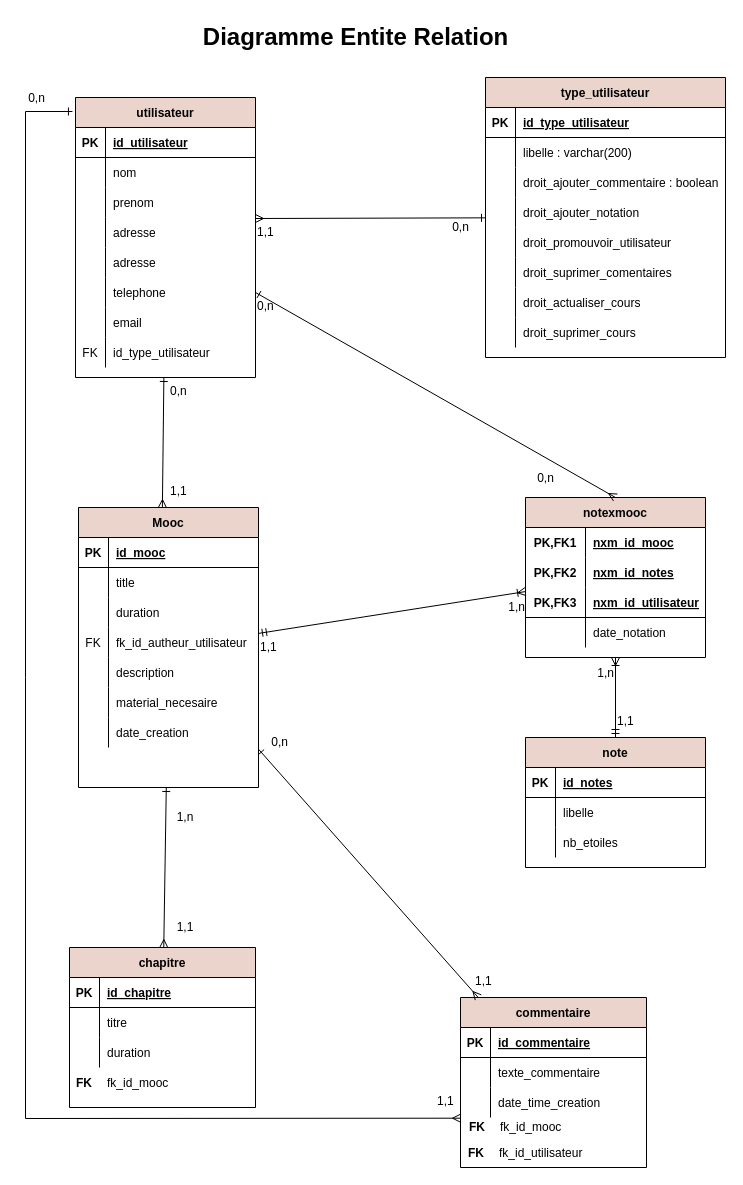
This is page "DER" (2 of 16) of docs_livrables/DiagrammeMoocs_KassisCarina.drawio from carinak6/-simplon_devCloud_Eval_Moocs, a draw.io file, before an edit. Source tidied: cells renumbered, new cells numbered last; positions are measured from the earlier drawing's top-left corner, leaving out a move shared by most shapes. Both pictures are drawn from the tidied source at 100%, with x=0, y=0 at pixel (25, 17).
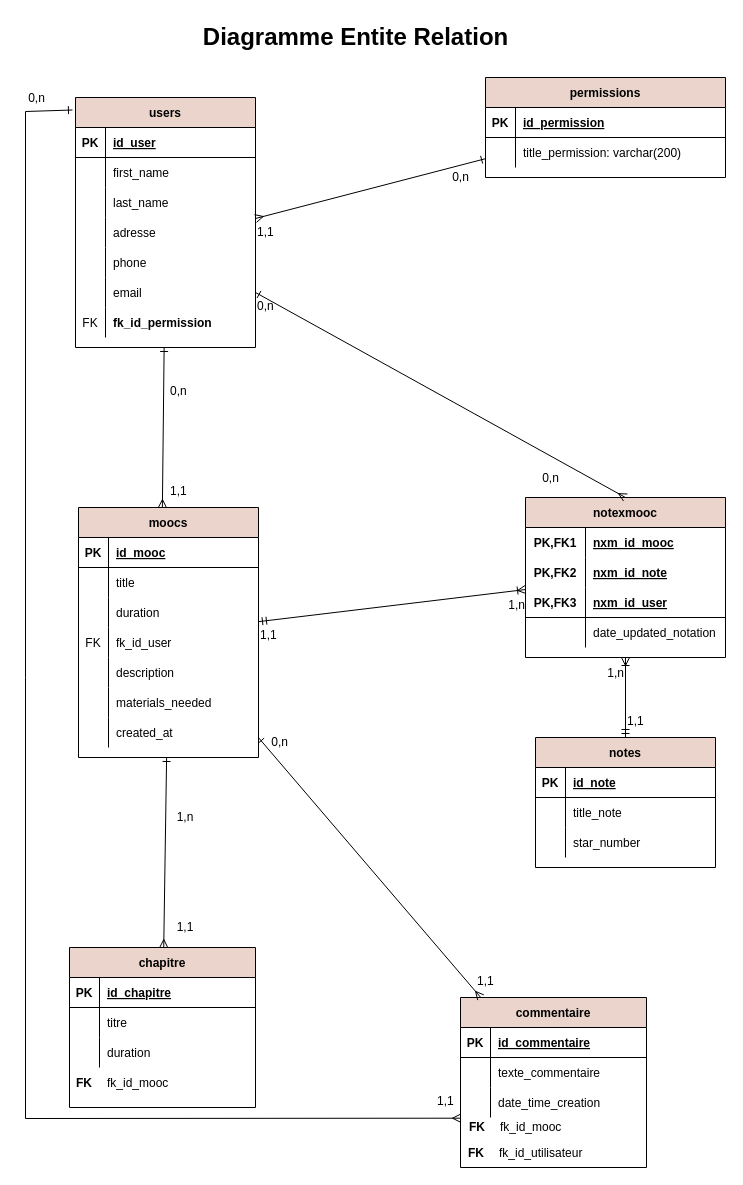
The same diagram, later.

The change refers to these unchanged cells:
```xml
<mxCell id="4" style="shape=partialRectangle;fillColor=none;top=0;left=0;bottom=1;right=0;" parent="3" vertex="1">
  <mxGeometry y="30" width="180" height="30" as="geometry" />
</mxCell>
<mxCell id="7" style="shape=partialRectangle;fillColor=none;top=0;left=0;bottom=0;right=0;" parent="3" vertex="1">
  <mxGeometry y="60" width="180" height="30" as="geometry" />
</mxCell>
<mxCell id="10" style="shape=partialRectangle;fillColor=none;top=0;left=0;bottom=0;right=0;" parent="3" vertex="1">
  <mxGeometry y="90" width="180" height="30" as="geometry" />
</mxCell>
<mxCell id="16" style="shape=partialRectangle;fillColor=none;top=0;left=0;bottom=0;right=0;" parent="3" vertex="1">
  <mxGeometry y="150" width="180" height="30" as="geometry" />
</mxCell>
<mxCell id="51" style="shape=partialRectangle;fillColor=none;top=0;left=0;bottom=0;right=0;" parent="41" vertex="1">
  <mxGeometry y="120" width="180" height="30" as="geometry" />
</mxCell>
<mxCell id="57" style="shape=partialRectangle;fillColor=none;top=0;left=0;bottom=0;right=0;" parent="41" vertex="1">
  <mxGeometry y="180" width="180" height="30" as="geometry" />
</mxCell>
<mxCell id="60" style="shape=partialRectangle;fillColor=none;top=0;left=0;bottom=0;right=0;" parent="41" vertex="1">
  <mxGeometry y="210" width="180" height="30" as="geometry" />
</mxCell>
<mxCell id="64" style="shape=partialRectangle;fillColor=none;top=0;left=0;bottom=1;right=0;" parent="63" vertex="1">
  <mxGeometry y="30" width="240" height="30" as="geometry" />
</mxCell>
<mxCell id="67" style="shape=partialRectangle;fillColor=none;top=0;left=0;bottom=0;right=0;" parent="63" vertex="1">
  <mxGeometry y="60" width="240" height="30" as="geometry" />
</mxCell>
<mxCell id="90" style="shape=partialRectangle;fillColor=none;top=0;left=0;bottom=1;right=0;" parent="89" vertex="1">
  <mxGeometry y="30" width="180" height="30" as="geometry" />
</mxCell>
<mxCell id="93" style="shape=partialRectangle;fillColor=none;top=0;left=0;bottom=0;right=0;" parent="89" vertex="1">
  <mxGeometry y="60" width="180" height="30" as="geometry" />
</mxCell>
<mxCell id="96" style="shape=partialRectangle;fillColor=none;top=0;left=0;bottom=0;right=0;" parent="89" vertex="1">
  <mxGeometry y="90" width="180" height="30" as="geometry" />
</mxCell>
```

The edit, as a diff of the source:
```diff
@@
-    <mxCell id="3" value="utilisateur" style="shape=table;startSize=30;childLayout=tableLayout;rowLines=0;fontStyle=1;align=center;fillColor=#EAD4CC;" parent="1" vertex="1">
-      <mxGeometry x="50" y="80" width="180" height="280" as="geometry" />
+    <mxCell id="3" value="users" style="shape=table;startSize=30;childLayout=tableLayout;rowLines=0;fontStyle=1;align=center;fillColor=#EAD4CC;" parent="1" vertex="1">
+      <mxGeometry x="50" y="80" width="180" height="250" as="geometry" />
     </mxCell>
@@
-    <mxCell id="6" value="id_utilisateur" style="shape=partialRectangle;fillColor=none;top=0;left=0;bottom=0;right=0;align=left;spacingLeft=6;fontStyle=5;overflow=hidden;" parent="4" vertex="1">
+    <mxCell id="6" value="id_user" style="shape=partialRectangle;fillColor=none;top=0;left=0;bottom=0;right=0;align=left;spacingLeft=6;fontStyle=5;overflow=hidden;" parent="4" vertex="1">
       <mxGeometry x="30" width="150" height="30" as="geometry" />
     </mxCell>
@@
-    <mxCell id="9" value="nom" style="shape=partialRectangle;fillColor=none;top=0;left=0;bottom=0;right=0;align=left;spacingLeft=6;overflow=hidden;" parent="7" vertex="1">
+    <mxCell id="9" value="first_name" style="shape=partialRectangle;fillColor=none;top=0;left=0;bottom=0;right=0;align=left;spacingLeft=6;overflow=hidden;" parent="7" vertex="1">
       <mxGeometry x="30" width="150" height="30" as="geometry" />
     </mxCell>
@@
-    <mxCell id="12" value="prenom" style="shape=partialRectangle;fillColor=none;top=0;left=0;bottom=0;right=0;align=left;spacingLeft=6;overflow=hidden;" parent="10" vertex="1">
+    <mxCell id="12" value="last_name" style="shape=partialRectangle;fillColor=none;top=0;left=0;bottom=0;right=0;align=left;spacingLeft=6;overflow=hidden;" parent="10" vertex="1">
       <mxGeometry x="30" width="150" height="30" as="geometry" />
     </mxCell>
@@
-    <mxCell id="18" value="adresse" style="shape=partialRectangle;fillColor=none;top=0;left=0;bottom=0;right=0;align=left;spacingLeft=6;overflow=hidden;" parent="16" vertex="1">
+    <mxCell id="18" value="phone" style="shape=partialRectangle;fillColor=none;top=0;left=0;bottom=0;right=0;align=left;spacingLeft=6;overflow=hidden;" parent="16" vertex="1">
       <mxGeometry x="30" width="150" height="30" as="geometry" />
     </mxCell>
-    <mxCell id="19" style="shape=partialRectangle;fillColor=none;top=0;left=0;bottom=0;right=0;points=[[0,0.5],[1,0.5]];portConstraint=eastwest;" parent="3" vertex="1">
-      <mxGeometry y="180" width="180" height="30" as="geometry" />
-    </mxCell>
-    <mxCell id="20" style="shape=partialRectangle;fillColor=none;top=0;left=0;bottom=0;right=0;overflow=hidden;" parent="19" vertex="1">
-      <mxGeometry width="30" height="30" as="geometry" />
-    </mxCell>
-    <mxCell id="21" value="telephone" style="shape=partialRectangle;fillColor=none;top=0;left=0;bottom=0;right=0;align=left;spacingLeft=6;overflow=hidden;" parent="19" vertex="1">
-      <mxGeometry x="30" width="150" height="30" as="geometry" />
-    </mxCell>
     <mxCell id="22" style="shape=partialRectangle;fillColor=none;top=0;left=0;bottom=0;right=0;" parent="3" vertex="1">
-      <mxGeometry y="210" width="180" height="30" as="geometry" />
+      <mxGeometry y="180" width="180" height="30" as="geometry" />
     </mxCell>
@@
     <mxCell id="25" style="shape=partialRectangle;fillColor=none;top=0;left=0;bottom=0;right=0;" parent="3" vertex="1">
-      <mxGeometry y="240" width="180" height="30" as="geometry" />
+      <mxGeometry y="210" width="180" height="30" as="geometry" />
     </mxCell>
@@
     <mxCell id="28" value="notexmooc" style="shape=table;startSize=30;childLayout=tableLayout;rowLines=0;fontStyle=1;align=center;fillColor=#EAD4CC;" parent="1" vertex="1">
-      <mxGeometry x="500" y="480" width="180" height="160" as="geometry" />
+      <mxGeometry x="500" y="480" width="200" height="160" as="geometry" />
     </mxCell>
     <mxCell id="29" style="shape=partialRectangle;fillColor=none;top=0;left=0;bottom=0;right=0;" parent="28" vertex="1">
-      <mxGeometry y="30" width="180" height="30" as="geometry" />
+      <mxGeometry y="30" width="200" height="30" as="geometry" />
     </mxCell>
@@
     <mxCell id="31" value="nxm_id_mooc" style="shape=partialRectangle;fillColor=none;top=0;left=0;bottom=0;right=0;align=left;spacingLeft=6;fontStyle=5;overflow=hidden;" parent="29" vertex="1">
-      <mxGeometry x="60" width="120" height="30" as="geometry" />
+      <mxGeometry x="60" width="140" height="30" as="geometry" />
     </mxCell>
     <mxCell id="32" style="shape=partialRectangle;fillColor=none;top=0;left=0;bottom=1;right=0;strokeColor=none;" parent="28" vertex="1">
-      <mxGeometry y="60" width="180" height="30" as="geometry" />
+      <mxGeometry y="60" width="200" height="30" as="geometry" />
     </mxCell>
@@
-    <mxCell id="34" value="nxm_id_notes" style="shape=partialRectangle;fillColor=none;top=0;left=0;bottom=0;right=0;align=left;spacingLeft=6;fontStyle=5;overflow=hidden;strokeColor=none;" parent="32" vertex="1">
-      <mxGeometry x="60" width="120" height="30" as="geometry" />
+    <mxCell id="34" value="nxm_id_note" style="shape=partialRectangle;fillColor=none;top=0;left=0;bottom=0;right=0;align=left;spacingLeft=6;fontStyle=5;overflow=hidden;strokeColor=none;" parent="32" vertex="1">
+      <mxGeometry x="60" width="140" height="30" as="geometry" />
     </mxCell>
     <mxCell id="35" style="shape=partialRectangle;fillColor=none;top=0;left=0;bottom=1;right=0;" parent="28" vertex="1">
-      <mxGeometry y="90" width="180" height="30" as="geometry" />
+      <mxGeometry y="90" width="200" height="30" as="geometry" />
     </mxCell>
@@
-    <mxCell id="37" value="nxm_id_utilisateur" style="shape=partialRectangle;fillColor=none;top=0;left=0;bottom=0;right=0;align=left;spacingLeft=6;fontStyle=5;overflow=hidden;" parent="35" vertex="1">
-      <mxGeometry x="60" width="120" height="30" as="geometry" />
+    <mxCell id="37" value="nxm_id_user" style="shape=partialRectangle;fillColor=none;top=0;left=0;bottom=0;right=0;align=left;spacingLeft=6;fontStyle=5;overflow=hidden;" parent="35" vertex="1">
+      <mxGeometry x="60" width="140" height="30" as="geometry" />
     </mxCell>
     <mxCell id="38" style="shape=partialRectangle;fillColor=none;top=0;left=0;bottom=0;right=0;" parent="28" vertex="1">
-      <mxGeometry y="120" width="180" height="30" as="geometry" />
+      <mxGeometry y="120" width="200" height="30" as="geometry" />
     </mxCell>
@@
-    <mxCell id="40" value="date_notation" style="shape=partialRectangle;fillColor=none;top=0;left=0;bottom=0;right=0;align=left;spacingLeft=6;overflow=hidden;" parent="38" vertex="1">
-      <mxGeometry x="60" width="120" height="30" as="geometry" />
+    <mxCell id="40" value="date_updated_notation" style="shape=partialRectangle;fillColor=none;top=0;left=0;bottom=0;right=0;align=left;spacingLeft=6;overflow=hidden;" parent="38" vertex="1">
+      <mxGeometry x="60" width="140" height="30" as="geometry" />
     </mxCell>
-    <mxCell id="41" value="Mooc" style="shape=table;startSize=30;childLayout=tableLayout;rowLines=0;fontStyle=1;align=center;fillColor=#EAD4CC;" parent="1" vertex="1">
-      <mxGeometry x="53" y="490" width="180" height="280" as="geometry" />
+    <mxCell id="41" value="moocs" style="shape=table;startSize=30;childLayout=tableLayout;rowLines=0;fontStyle=1;align=center;fillColor=#EAD4CC;" parent="1" vertex="1">
+      <mxGeometry x="53" y="490" width="180" height="250" as="geometry" />
     </mxCell>
@@
-    <mxCell id="53" value="fk_id_autheur_utilisateur" style="shape=partialRectangle;fillColor=none;top=0;left=0;bottom=0;right=0;align=left;spacingLeft=6;overflow=hidden;" parent="51" vertex="1">
+    <mxCell id="53" value="fk_id_user" style="shape=partialRectangle;fillColor=none;top=0;left=0;bottom=0;right=0;align=left;spacingLeft=6;overflow=hidden;" parent="51" vertex="1">
       <mxGeometry x="30" width="150" height="30" as="geometry" />
     </mxCell>
@@
-    <mxCell id="59" value="material_necesaire" style="shape=partialRectangle;fillColor=none;top=0;left=0;bottom=0;right=0;align=left;spacingLeft=6;overflow=hidden;" parent="57" vertex="1">
+    <mxCell id="59" value="materials_needed" style="shape=partialRectangle;fillColor=none;top=0;left=0;bottom=0;right=0;align=left;spacingLeft=6;overflow=hidden;" parent="57" vertex="1">
       <mxGeometry x="30" width="150" height="30" as="geometry" />
     </mxCell>
@@
-    <mxCell id="62" value="date_creation" style="shape=partialRectangle;fillColor=none;top=0;left=0;bottom=0;right=0;align=left;spacingLeft=6;overflow=hidden;" parent="60" vertex="1">
+    <mxCell id="62" value="created_at" style="shape=partialRectangle;fillColor=none;top=0;left=0;bottom=0;right=0;align=left;spacingLeft=6;overflow=hidden;" parent="60" vertex="1">
       <mxGeometry x="30" width="150" height="30" as="geometry" />
     </mxCell>
-    <mxCell id="63" value="type_utilisateur" style="shape=table;startSize=30;childLayout=tableLayout;rowLines=0;fontStyle=1;align=center;fillColor=#EAD4CC;" parent="1" vertex="1">
-      <mxGeometry x="460" y="60" width="240" height="280" as="geometry" />
+    <mxCell id="63" value="permissions" style="shape=table;startSize=30;childLayout=tableLayout;rowLines=0;fontStyle=1;align=center;fillColor=#EAD4CC;" parent="1" vertex="1">
+      <mxGeometry x="460" y="60" width="240" height="100" as="geometry" />
     </mxCell>
@@
-    <mxCell id="66" value="id_type_utilisateur" style="shape=partialRectangle;fillColor=none;top=0;left=0;bottom=0;right=0;align=left;spacingLeft=6;fontStyle=5;overflow=hidden;" parent="64" vertex="1">
+    <mxCell id="66" value="id_permission" style="shape=partialRectangle;fillColor=none;top=0;left=0;bottom=0;right=0;align=left;spacingLeft=6;fontStyle=5;overflow=hidden;" parent="64" vertex="1">
       <mxGeometry x="30" width="210" height="30" as="geometry" />
     </mxCell>
@@
-    <mxCell id="69" value="libelle : varchar(200)" style="shape=partialRectangle;fillColor=none;top=0;left=0;bottom=0;right=0;align=left;spacingLeft=6;overflow=hidden;" parent="67" vertex="1">
+    <mxCell id="69" value="title_permission: varchar(200)" style="shape=partialRectangle;fillColor=none;top=0;left=0;bottom=0;right=0;align=left;spacingLeft=6;overflow=hidden;" parent="67" vertex="1">
       <mxGeometry x="30" width="210" height="30" as="geometry" />
     </mxCell>
-    <mxCell id="70" style="shape=partialRectangle;fillColor=none;top=0;left=0;bottom=0;right=0;" parent="63" vertex="1">
-      <mxGeometry y="90" width="240" height="30" as="geometry" />
-    </mxCell>
-    <mxCell id="71" style="shape=partialRectangle;fillColor=none;top=0;left=0;bottom=0;right=0;overflow=hidden;" parent="70" vertex="1">
-      <mxGeometry width="30" height="30" as="geometry" />
-    </mxCell>
-    <mxCell id="72" value="droit_ajouter_commentaire : boolean" style="shape=partialRectangle;fillColor=none;top=0;left=0;bottom=0;right=0;align=left;spacingLeft=6;overflow=hidden;" parent="70" vertex="1">
-      <mxGeometry x="30" width="210" height="30" as="geometry" />
-    </mxCell>
-    <mxCell id="73" style="shape=partialRectangle;fillColor=none;top=0;left=0;bottom=0;right=0;" parent="63" vertex="1">
-      <mxGeometry y="120" width="240" height="30" as="geometry" />
-    </mxCell>
-    <mxCell id="74" style="shape=partialRectangle;fillColor=none;top=0;left=0;bottom=0;right=0;overflow=hidden;" parent="73" vertex="1">
-      <mxGeometry width="30" height="30" as="geometry" />
-    </mxCell>
-    <mxCell id="75" value="droit_ajouter_notation" style="shape=partialRectangle;fillColor=none;top=0;left=0;bottom=0;right=0;align=left;spacingLeft=6;overflow=hidden;" parent="73" vertex="1">
-      <mxGeometry x="30" width="210" height="30" as="geometry" />
-    </mxCell>
-    <mxCell id="76" style="shape=partialRectangle;fillColor=none;top=0;left=0;bottom=0;right=0;" parent="63" vertex="1">
-      <mxGeometry y="150" width="240" height="30" as="geometry" />
-    </mxCell>
-    <mxCell id="77" style="shape=partialRectangle;fillColor=none;top=0;left=0;bottom=0;right=0;overflow=hidden;" parent="76" vertex="1">
-      <mxGeometry width="30" height="30" as="geometry" />
-    </mxCell>
-    <mxCell id="78" value="droit_promouvoir_utilisateur" style="shape=partialRectangle;fillColor=none;top=0;left=0;bottom=0;right=0;align=left;spacingLeft=6;overflow=hidden;" parent="76" vertex="1">
-      <mxGeometry x="30" width="210" height="30" as="geometry" />
-    </mxCell>
-    <mxCell id="79" style="shape=partialRectangle;fillColor=none;top=0;left=0;bottom=0;right=0;" parent="63" vertex="1">
-      <mxGeometry y="180" width="240" height="30" as="geometry" />
-    </mxCell>
-    <mxCell id="80" style="shape=partialRectangle;fillColor=none;top=0;left=0;bottom=0;right=0;overflow=hidden;" parent="79" vertex="1">
-      <mxGeometry width="30" height="30" as="geometry" />
-    </mxCell>
-    <mxCell id="81" value="droit_suprimer_comentaires" style="shape=partialRectangle;fillColor=none;top=0;left=0;bottom=0;right=0;align=left;spacingLeft=6;overflow=hidden;" parent="79" vertex="1">
-      <mxGeometry x="30" width="210" height="30" as="geometry" />
-    </mxCell>
-    <mxCell id="82" style="shape=partialRectangle;fillColor=none;top=0;left=0;bottom=0;right=0;" parent="63" vertex="1">
-      <mxGeometry y="210" width="240" height="30" as="geometry" />
-    </mxCell>
-    <mxCell id="83" style="shape=partialRectangle;fillColor=none;top=0;left=0;bottom=0;right=0;overflow=hidden;" parent="82" vertex="1">
-      <mxGeometry width="30" height="30" as="geometry" />
-    </mxCell>
-    <mxCell id="84" value="droit_actualiser_cours" style="shape=partialRectangle;fillColor=none;top=0;left=0;bottom=0;right=0;align=left;spacingLeft=6;overflow=hidden;" parent="82" vertex="1">
-      <mxGeometry x="30" width="210" height="30" as="geometry" />
-    </mxCell>
-    <mxCell id="85" style="shape=partialRectangle;fillColor=none;top=0;left=0;bottom=0;right=0;" parent="63" vertex="1">
-      <mxGeometry y="240" width="240" height="30" as="geometry" />
-    </mxCell>
-    <mxCell id="86" style="shape=partialRectangle;fillColor=none;top=0;left=0;bottom=0;right=0;overflow=hidden;" parent="85" vertex="1">
-      <mxGeometry width="30" height="30" as="geometry" />
-    </mxCell>
-    <mxCell id="87" value="droit_suprimer_cours" style="shape=partialRectangle;fillColor=none;top=0;left=0;bottom=0;right=0;align=left;spacingLeft=6;overflow=hidden;" parent="85" vertex="1">
-      <mxGeometry x="30" width="210" height="30" as="geometry" />
-    </mxCell>
-    <mxCell id="88" value="id_type_utilisateur" style="shape=partialRectangle;fillColor=none;top=0;left=0;bottom=0;right=0;align=left;spacingLeft=6;overflow=hidden;" parent="1" vertex="1">
-      <mxGeometry x="80" y="320" width="150" height="30" as="geometry" />
+    <mxCell id="88" value="fk_id_permission" style="shape=partialRectangle;fillColor=none;top=0;left=0;bottom=0;right=0;align=left;spacingLeft=6;overflow=hidden;fontStyle=1;" parent="1" vertex="1">
+      <mxGeometry x="80" y="290" width="150" height="30" as="geometry" />
     </mxCell>
-    <mxCell id="89" value="note" style="shape=table;startSize=30;childLayout=tableLayout;rowLines=0;fontStyle=1;align=center;fillColor=#EAD4CC;" parent="1" vertex="1">
-      <mxGeometry x="500" y="720" width="180" height="130" as="geometry" />
+    <mxCell id="89" value="notes" style="shape=table;startSize=30;childLayout=tableLayout;rowLines=0;fontStyle=1;align=center;fillColor=#EAD4CC;" parent="1" vertex="1">
+      <mxGeometry x="510" y="720" width="180" height="130" as="geometry" />
     </mxCell>
@@
-    <mxCell id="92" value="id_notes" style="shape=partialRectangle;fillColor=none;top=0;left=0;bottom=0;right=0;align=left;spacingLeft=6;fontStyle=5;overflow=hidden;" parent="90" vertex="1">
+    <mxCell id="92" value="id_note" style="shape=partialRectangle;fillColor=none;top=0;left=0;bottom=0;right=0;align=left;spacingLeft=6;fontStyle=5;overflow=hidden;" parent="90" vertex="1">
       <mxGeometry x="30" width="150" height="30" as="geometry" />
     </mxCell>
@@
-    <mxCell id="95" value="libelle" style="shape=partialRectangle;fillColor=none;top=0;left=0;bottom=0;right=0;align=left;spacingLeft=6;overflow=hidden;" parent="93" vertex="1">
+    <mxCell id="95" value="title_note" style="shape=partialRectangle;fillColor=none;top=0;left=0;bottom=0;right=0;align=left;spacingLeft=6;overflow=hidden;" parent="93" vertex="1">
       <mxGeometry x="30" width="150" height="30" as="geometry" />
     </mxCell>
@@
-    <mxCell id="98" value="nb_etoiles" style="shape=partialRectangle;fillColor=none;top=0;left=0;bottom=0;right=0;align=left;spacingLeft=6;overflow=hidden;" parent="96" vertex="1">
+    <mxCell id="98" value="star_number" style="shape=partialRectangle;fillColor=none;top=0;left=0;bottom=0;right=0;align=left;spacingLeft=6;overflow=hidden;" parent="96" vertex="1">
       <mxGeometry x="30" width="150" height="30" as="geometry" />
     </mxCell>
@@
     <mxCell id="124" value="0,n" style="text;html=1;align=center;verticalAlign=middle;strokeColor=none;" parent="1" vertex="1">
-      <mxGeometry x="420" y="200" width="30" height="20" as="geometry" />
+      <mxGeometry x="420" y="150" width="30" height="20" as="geometry" />
     </mxCell>
@@
-    <mxCell id="143" style="endArrow=ERmany;html=1;rounded=0;align=center;verticalAlign=top;endFill=0;labelBackgroundColor=none;startArrow=ERone;startFill=0;entryX=0.5;entryY=0;entryDx=0;entryDy=0;exitX=1;exitY=0.5;exitDx=0;exitDy=0;" parent="1" edge="1" source="19" target="28">
-      <mxGeometry x="330" y="439.7" as="geometry" />
+    <mxCell id="143" style="endArrow=ERmany;html=1;rounded=0;align=center;verticalAlign=top;endFill=0;labelBackgroundColor=none;startArrow=ERone;startFill=0;entryX=0.5;entryY=0;entryDx=0;entryDy=0;exitX=1;exitY=0.5;exitDx=0;exitDy=0;" parent="1" edge="1" target="28">
+      <mxGeometry x="330" y="439.7" as="geometry">
+        <mxPoint x="230" y="275" as="sourcePoint" />
+      </mxGeometry>
     </mxCell>
```
